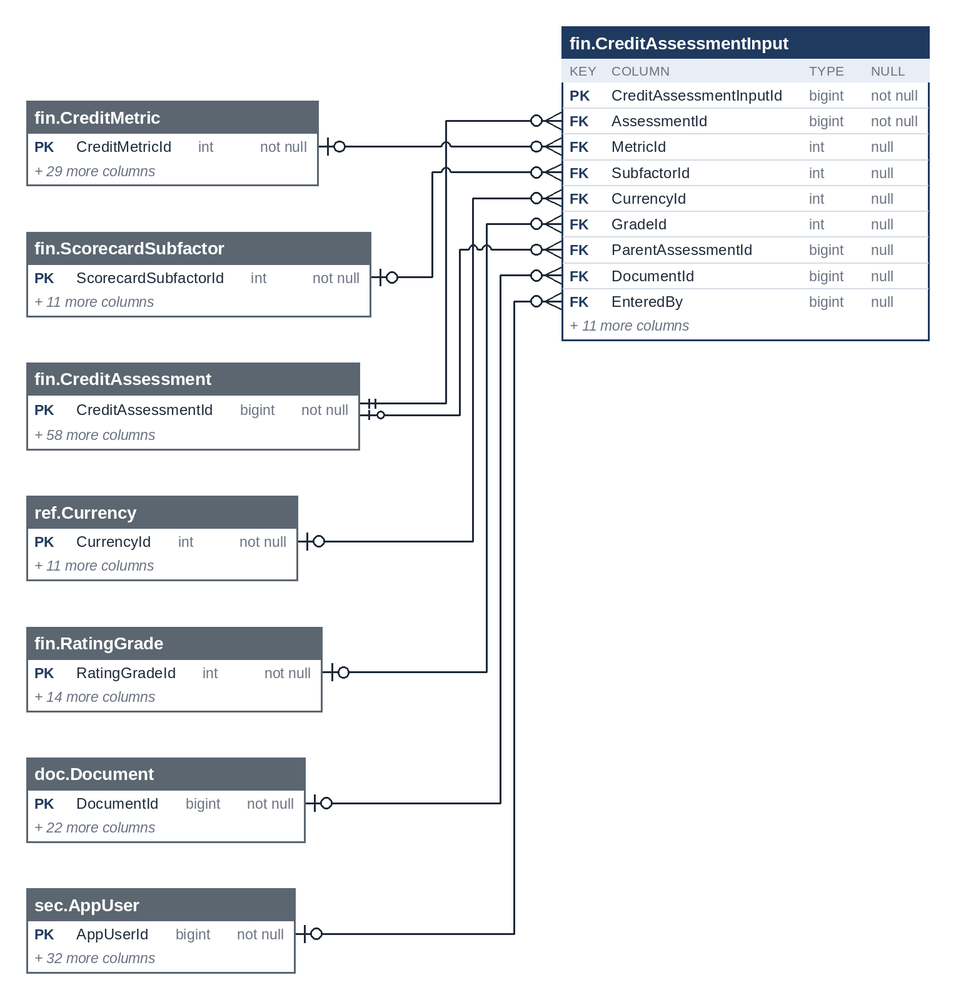
This is treasury-platform/docs/diagrams/erd-en/m5_financials_8.png from thawrasy/smartlines, a Mermaid export, as it was before one commit. Its source is kept beside it as treasury-platform/docs/diagrams/erd/m5_financials_8.mmd.
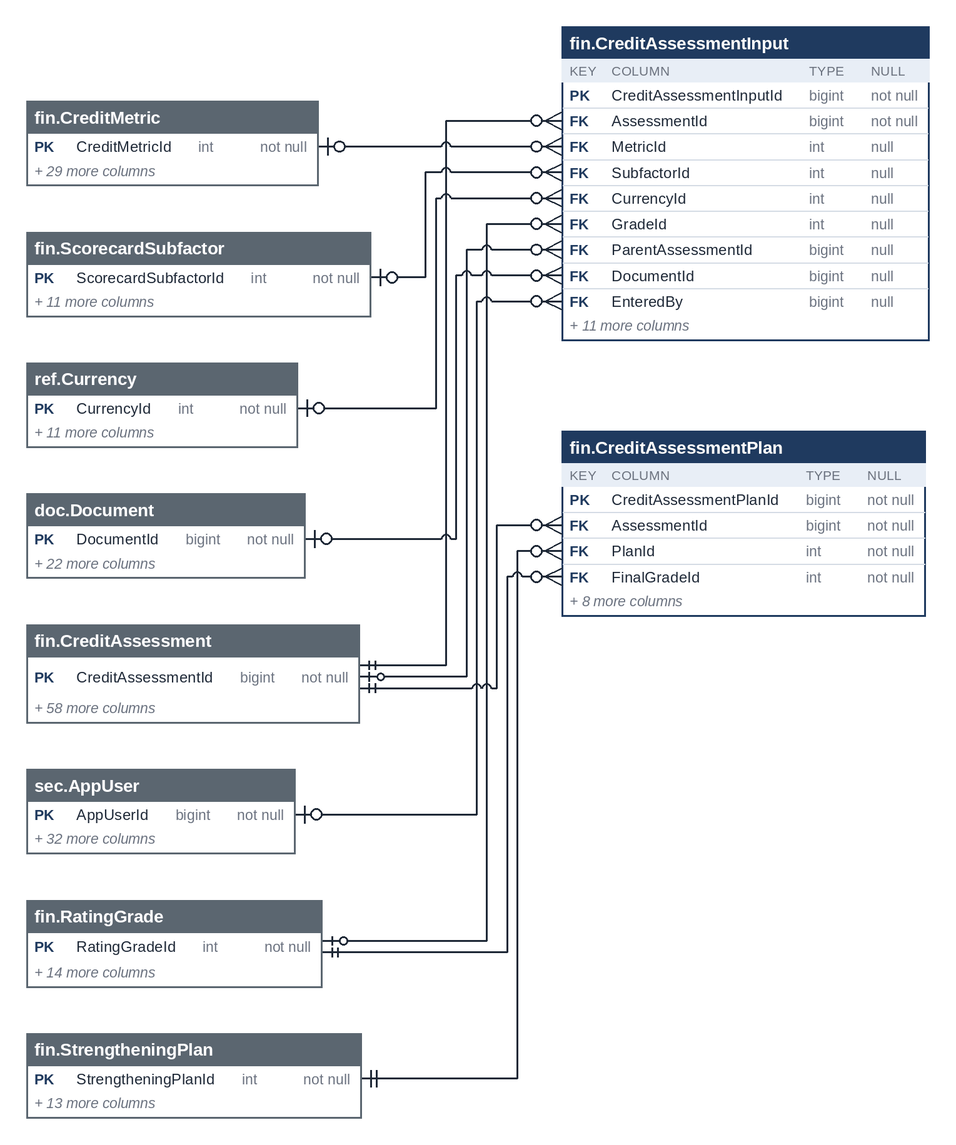
Later version of the same file.

The edit, as a diff of the source:
```diff
@@ -6,16 +6,15 @@
   fin_MacroScenario["fin.MacroScenario"] {
     int MacroScenarioId PK
   }
+  fin_MacroScenarioCountry["fin.MacroScenarioCountry"] {
+    int MacroScenarioCountryId PK
+    int MacroScenarioId FK
+    int CountryId FK
+  }
   fin_MacroScenarioIntensity["fin.MacroScenarioIntensity"] {
     int MacroScenarioIntensityId PK
     int MacroScenarioId FK
     int ShockDriverId FK
   }
-  fin_MeasureFormula["fin.MeasureFormula"] {
-    bigint MeasureFormulaId PK
-    bigint FacilityId FK
-    bigint BaseTemplateId FK
-    bigint ApprovedBy FK
-  }
+  fin_MacroScenario ||--o{ fin_MacroScenarioCountry : "MacroScenarioId"
   fin_MacroScenario ||--o{ fin_MacroScenarioIntensity : "MacroScenarioId"
-  fin_MeasureFormula |o--o{ fin_MeasureFormula : "BaseTemplateId"
```
